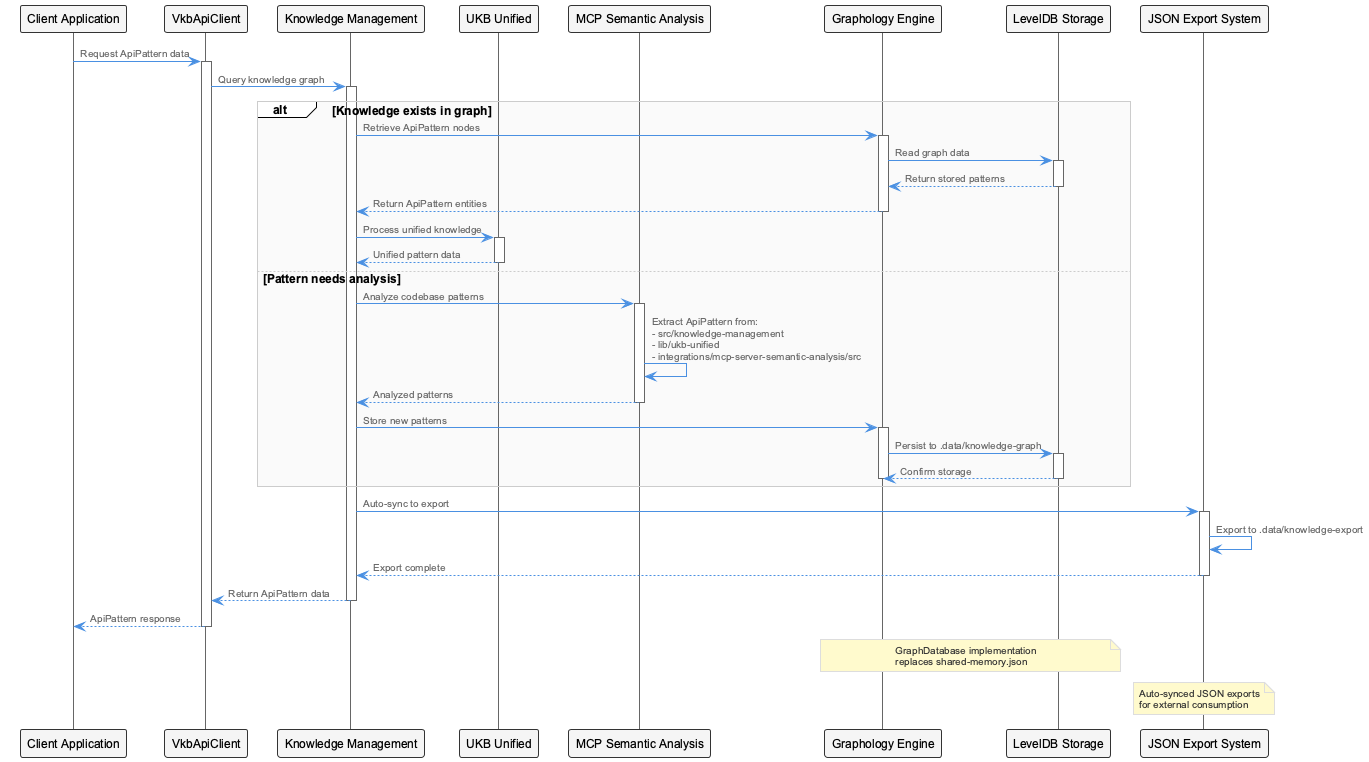
Above: knowledge-management/insights/images/api-pattern-sequence.png in fwornle/coding (PlantUML), before the change.
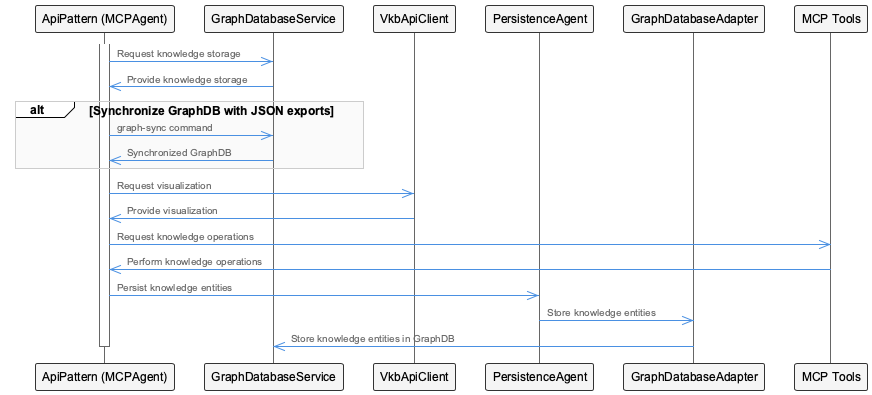
After the change.

Diff of the diagram source:
```diff
@@ -1,70 +1,32 @@
 @startuml
 !include /Users/q284340/Agentic/coding/docs/puml/_standard-style.puml
 
-participant "Client Application" as Client
-participant "VkbApiClient" as ApiClient
-participant "Knowledge Management" as KnowledgeMgmt
-participant "UKB Unified" as UKB
-participant "MCP Semantic Analysis" as MCP
-participant "Graphology Engine" as Graph
-participant "LevelDB Storage" as LevelDB
-participant "JSON Export System" as JSONExport
+participant ApiPattern as "ApiPattern (MCPAgent)"
+participant GraphDatabaseService as "GraphDatabaseService"
+participant VkbApiClient as "VkbApiClient"
+participant PersistenceAgent as "PersistenceAgent"
+participant GraphDatabaseAdapter as "GraphDatabaseAdapter"
+participant MCPTools as "MCP Tools"
 
-Client -> ApiClient: Request ApiPattern data
-activate ApiClient
+activate ApiPattern
+ApiPattern ->> GraphDatabaseService: Request knowledge storage
+GraphDatabaseService ->> ApiPattern: Provide knowledge storage
 
-ApiClient -> KnowledgeMgmt: Query knowledge graph
-activate KnowledgeMgmt
-
-alt Knowledge exists in graph
-    KnowledgeMgmt -> Graph: Retrieve ApiPattern nodes
-    activate Graph
-
-    Graph -> LevelDB: Read graph data
-    activate LevelDB
-    LevelDB --> Graph: Return stored patterns
-    deactivate LevelDB
-
-    Graph --> KnowledgeMgmt: Return ApiPattern entities
-    deactivate Graph
-
-    KnowledgeMgmt -> UKB: Process unified knowledge
-    activate UKB
-    UKB --> KnowledgeMgmt: Unified pattern data
-    deactivate UKB
-
-else Pattern needs analysis
-    KnowledgeMgmt -> MCP: Analyze codebase patterns
-    activate MCP
-
-    MCP -> MCP: Extract ApiPattern from:\n- src/knowledge-management\n- lib/ukb-unified\n- integrations/mcp-server-semantic-analysis/src
-
-    MCP --> KnowledgeMgmt: Analyzed patterns
-    deactivate MCP
-
-    KnowledgeMgmt -> Graph: Store new patterns
-    activate Graph
-    Graph -> LevelDB: Persist to .data/knowledge-graph
-    activate LevelDB
-    LevelDB --> Graph: Confirm storage
-    deactivate LevelDB
-    deactivate Graph
+alt Synchronize GraphDB with JSON exports
+    ApiPattern ->> GraphDatabaseService: graph-sync command
+    GraphDatabaseService ->> ApiPattern: Synchronized GraphDB
 end
 
-KnowledgeMgmt -> JSONExport: Auto-sync to export
-activate JSONExport
-JSONExport -> JSONExport: Export to .data/knowledge-export
-JSONExport --> KnowledgeMgmt: Export complete
-deactivate JSONExport
+ApiPattern ->> VkbApiClient: Request visualization
+VkbApiClient ->> ApiPattern: Provide visualization
 
-KnowledgeMgmt --> ApiClient: Return ApiPattern data
-deactivate KnowledgeMgmt
+ApiPattern ->> MCPTools: Request knowledge operations
+MCPTools ->> ApiPattern: Perform knowledge operations
 
-ApiClient --> Client: ApiPattern response
-deactivate ApiClient
+ApiPattern ->> PersistenceAgent: Persist knowledge entities
+PersistenceAgent ->> GraphDatabaseAdapter: Store knowledge entities
+GraphDatabaseAdapter ->> GraphDatabaseService: Store knowledge entities in GraphDB
 
-note over Graph, LevelDB: GraphDatabase implementation\nreplaces shared-memory.json
-
-note over JSONExport: Auto-synced JSON exports\nfor external consumption
+deactivate ApiPattern
 
 @enduml
```
